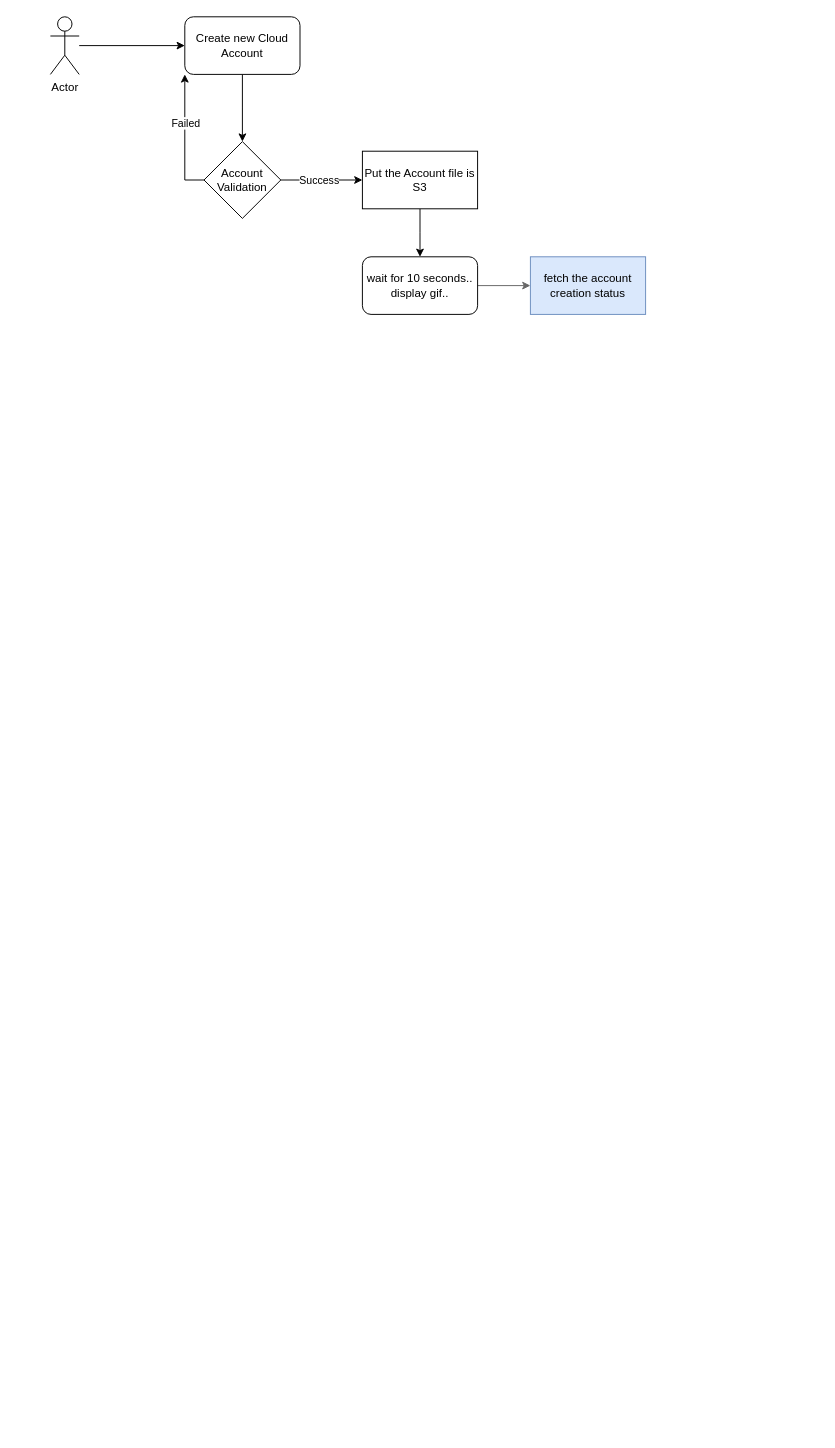
Before: page "Page-1" (1 of 2) of New-cloud-Account-flow-Diagram.drawio in venkatjavaji/my-notes, a draw.io diagram. Source tidied: cells renumbered, new cells numbered last; positions are measured from the earlier drawing's top-left corner, leaving out a move shared by most shapes. Both pictures are drawn from the tidied source at 96%, with x=0, y=0 at pixel (50, 16).
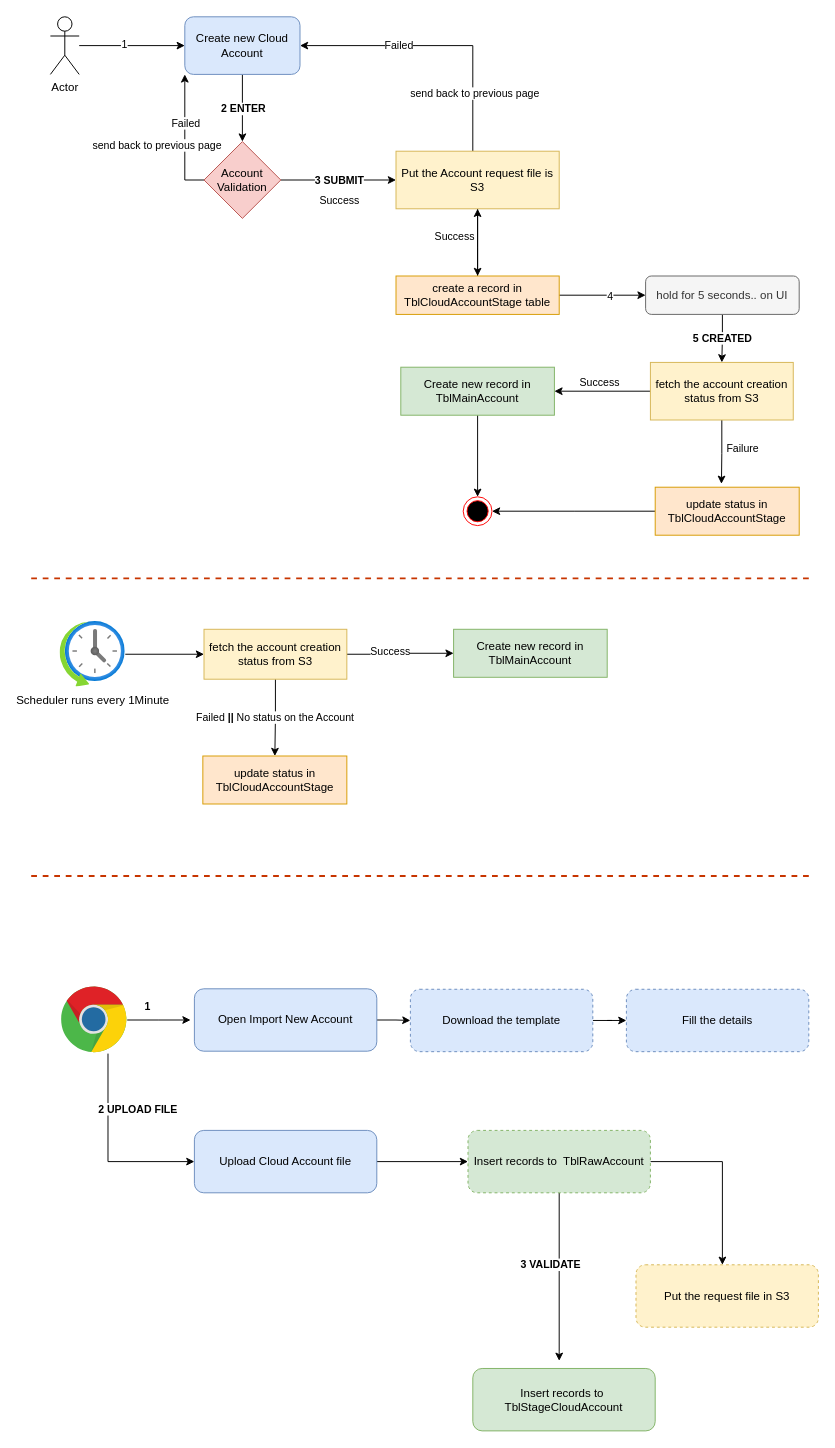
The same page after the edit.

The change refers to these unchanged cells:
```xml
<mxCell id="3" style="endArrow=classic;html=1;rounded=0;" parent="1" edge="1" source="2">
  <mxGeometry relative="1" as="geometry">
    <mxPoint x="140" y="30" as="targetPoint" />
  </mxGeometry>
</mxCell>
<mxCell id="4" style="edgeStyle=orthogonalEdgeStyle;rounded=0;jettySize=auto;html=1;exitX=0.5;exitY=1;exitDx=0;exitDy=0;" parent="1" edge="1" source="5">
  <mxGeometry relative="1" as="geometry">
    <mxPoint x="200" y="130" as="targetPoint" />
  </mxGeometry>
</mxCell>
<mxCell id="6" style="edgeStyle=orthogonalEdgeStyle;rounded=0;jettySize=auto;html=1;entryX=0;entryY=0.5;entryDx=0;entryDy=0;" parent="1" edge="1" source="10" target="12">
  <mxGeometry relative="1" as="geometry" />
</mxCell>
<mxCell id="8" style="edgeStyle=orthogonalEdgeStyle;rounded=0;jettySize=auto;html=1;exitX=0;exitY=0.5;exitDx=0;exitDy=0;entryX=0;entryY=1;entryDx=0;entryDy=0;" parent="1" edge="1" source="10" target="5">
  <mxGeometry relative="1" as="geometry" />
</mxCell>
```

Diff of the diagram source:
```diff
@@
+    <mxCell id="16" value="1" style="edgeLabel;html=1;align=center;verticalAlign=middle;" parent="3" vertex="1">
+      <mxGeometry x="-0.16" y="2" relative="1" as="geometry" />
+    </mxCell>
@@
+    <mxCell id="17" value="&lt;b&gt;2 ENTER&lt;/b&gt;" style="edgeLabel;html=1;align=center;verticalAlign=middle;" parent="4" vertex="1">
+      <mxGeometry relative="1" as="geometry" />
+    </mxCell>
-    <mxCell id="5" value="Create new Cloud Account" style="rounded=1;whiteSpace=wrap;html=1;" parent="1" vertex="1">
+    <mxCell id="5" value="Create new Cloud Account" style="rounded=1;whiteSpace=wrap;html=1;fillColor=#dae8fc;strokeColor=#6c8ebf;" parent="1" vertex="1">
       <mxGeometry x="140" width="120" height="60" as="geometry" />
     </mxCell>
@@
     <mxCell id="7" value="Success" style="edgeLabel;html=1;align=center;verticalAlign=middle;" parent="6" vertex="1">
       <mxGeometry x="-0.08" y="1" relative="1" as="geometry">
-        <mxPoint y="1" as="offset" />
+        <mxPoint x="5" y="21" as="offset" />
       </mxGeometry>
     </mxCell>
+    <mxCell id="18" value="&lt;b&gt;3 SUBMIT&lt;/b&gt;" style="edgeLabel;html=1;align=center;verticalAlign=middle;" parent="6" vertex="1">
+      <mxGeometry x="-0.23" y="-1" relative="1" as="geometry">
+        <mxPoint x="14" y="-1" as="offset" />
+      </mxGeometry>
+    </mxCell>
@@
+    <mxCell id="19" value="send back to previous page" style="edgeLabel;html=1;align=center;verticalAlign=middle;" parent="8" vertex="1">
+      <mxGeometry x="-0.12" y="2" relative="1" as="geometry">
+        <mxPoint x="-28" as="offset" />
+      </mxGeometry>
+    </mxCell>
-    <mxCell id="10" value="Account Validation" style="rhombus;whiteSpace=wrap;html=1;" parent="1" vertex="1">
+    <mxCell id="10" value="Account Validation" style="rhombus;whiteSpace=wrap;html=1;fillColor=#f8cecc;strokeColor=#b85450;" parent="1" vertex="1">
       <mxGeometry x="160" y="130" width="80" height="80" as="geometry" />
     </mxCell>
-    <mxCell id="11" style="edgeStyle=orthogonalEdgeStyle;rounded=0;jettySize=auto;html=1;exitX=0.5;exitY=1;exitDx=0;exitDy=0;" parent="1" edge="1" source="12">
-      <mxGeometry relative="1" as="geometry">
-        <mxPoint x="385" y="250" as="targetPoint" />
-      </mxGeometry>
-    </mxCell>
+    <mxCell id="20" value="Failed" style="edgeStyle=orthogonalEdgeStyle;rounded=0;jettySize=auto;html=1;entryX=1;entryY=0.5;entryDx=0;entryDy=0;" parent="1" edge="1" source="12" target="5">
+      <mxGeometry x="0.29" relative="1" as="geometry">
+        <Array as="points">
+          <mxPoint x="440" y="30" />
+        </Array>
+      </mxGeometry>
+    </mxCell>
+    <mxCell id="21" value="send back to previous page" style="edgeLabel;html=1;align=center;verticalAlign=middle;" parent="20" vertex="1">
+      <mxGeometry x="-0.58" y="-1" relative="1" as="geometry" />
+    </mxCell>
+    <mxCell id="22" style="edgeStyle=orthogonalEdgeStyle;rounded=0;jettySize=auto;html=1;exitX=0.5;exitY=1;exitDx=0;exitDy=0;entryX=0.5;entryY=0;entryDx=0;entryDy=0;" parent="1" edge="1" source="12" target="33">
+      <mxGeometry relative="1" as="geometry">
+        <Array as="points">
+          <mxPoint x="445" y="240" />
+          <mxPoint x="445" y="240" />
+        </Array>
+      </mxGeometry>
+    </mxCell>
+    <mxCell id="23" value="Success" style="edgeLabel;html=1;align=center;verticalAlign=middle;" parent="22" vertex="1">
+      <mxGeometry x="-0.19" y="1" relative="1" as="geometry">
+        <mxPoint x="-26" as="offset" />
+      </mxGeometry>
+    </mxCell>
-    <mxCell id="12" value="Put the Account file is S3" style="rounded=0;whiteSpace=wrap;html=1;" parent="1" vertex="1">
-      <mxGeometry x="325" y="140" width="120" height="60" as="geometry" />
+    <mxCell id="12" value="Put the Account request file is S3" style="rounded=0;whiteSpace=wrap;html=1;fillColor=#fff2cc;strokeColor=#d6b656;" parent="1" vertex="1">
+      <mxGeometry x="360" y="140" width="170" height="60" as="geometry" />
     </mxCell>
-    <mxCell id="13" style="edgeStyle=orthogonalEdgeStyle;rounded=0;jettySize=auto;html=1;exitX=1;exitY=0.5;exitDx=0;exitDy=0;fillColor=#f5f5f5;strokeColor=#666666;" parent="1" edge="1" source="14">
-      <mxGeometry relative="1" as="geometry">
-        <mxPoint x="500" y="280" as="targetPoint" />
-      </mxGeometry>
-    </mxCell>
+    <mxCell id="24" style="edgeStyle=orthogonalEdgeStyle;rounded=0;jettySize=auto;html=1;exitX=0.5;exitY=1;exitDx=0;exitDy=0;" parent="1" edge="1" source="14" target="15">
+      <mxGeometry relative="1" as="geometry" />
+    </mxCell>
+    <mxCell id="25" value="&lt;b&gt;5 CREATED&lt;/b&gt;" style="edgeLabel;html=1;align=center;verticalAlign=middle;" parent="24" vertex="1">
+      <mxGeometry x="0.01" y="-1" relative="1" as="geometry">
+        <mxPoint x="1" y="-1" as="offset" />
+      </mxGeometry>
+    </mxCell>
-    <mxCell id="14" value="wait for 10 seconds.. display gif.." style="rounded=1;whiteSpace=wrap;html=1;" parent="1" vertex="1">
-      <mxGeometry x="325" y="250" width="120" height="60" as="geometry" />
+    <mxCell id="14" value="hold for 5 seconds.. on UI" style="rounded=1;whiteSpace=wrap;html=1;fillColor=#f5f5f5;fontColor=#333333;strokeColor=#666666;" parent="1" vertex="1">
+      <mxGeometry x="620" y="270" width="160" height="40" as="geometry" />
     </mxCell>
+    <mxCell id="26" style="edgeStyle=orthogonalEdgeStyle;rounded=0;jettySize=auto;html=1;" parent="1" edge="1" source="15" target="35">
+      <mxGeometry relative="1" as="geometry" />
+    </mxCell>
+    <mxCell id="27" value="Success" style="edgeLabel;html=1;align=center;verticalAlign=middle;" parent="26" vertex="1">
+      <mxGeometry x="0.08" y="1" relative="1" as="geometry">
+        <mxPoint y="-11" as="offset" />
+      </mxGeometry>
+    </mxCell>
+    <mxCell id="28" style="edgeStyle=orthogonalEdgeStyle;rounded=0;jettySize=auto;html=1;entryX=0.46;entryY=-0.07;entryDx=0;entryDy=0;entryPerimeter=0;" parent="1" edge="1" source="15" target="37">
+      <mxGeometry relative="1" as="geometry" />
+    </mxCell>
+    <mxCell id="29" value="Failure" style="edgeLabel;html=1;align=center;verticalAlign=middle;" parent="28" vertex="1">
+      <mxGeometry x="-0.18" relative="1" as="geometry">
+        <mxPoint x="21" y="2" as="offset" />
+      </mxGeometry>
+    </mxCell>
-    <mxCell id="15" value="fetch the account creation status" style="rounded=0;whiteSpace=wrap;html=1;fillColor=#dae8fc;strokeColor=#6c8ebf;" parent="1" vertex="1">
-      <mxGeometry x="500" y="250" width="120" height="60" as="geometry" />
+    <mxCell id="15" value="fetch the account creation status from S3" style="rounded=0;whiteSpace=wrap;html=1;fillColor=#fff2cc;strokeColor=#d6b656;" parent="1" vertex="1">
+      <mxGeometry x="625" y="360" width="148.8" height="60" as="geometry" />
     </mxCell>
+    <mxCell id="30" style="edgeStyle=orthogonalEdgeStyle;rounded=0;jettySize=auto;html=1;exitX=1;exitY=0.5;exitDx=0;exitDy=0;" parent="1" edge="1" source="33" target="14">
+      <mxGeometry relative="1" as="geometry" />
+    </mxCell>
+    <mxCell id="31" value="4" style="edgeLabel;html=1;align=center;verticalAlign=middle;" parent="30" vertex="1">
+      <mxGeometry x="0.16" y="-2" relative="1" as="geometry">
+        <mxPoint y="-2" as="offset" />
+      </mxGeometry>
+    </mxCell>
+    <mxCell id="32" style="edgeStyle=orthogonalEdgeStyle;rounded=0;jettySize=auto;html=1;" parent="1" edge="1" source="33" target="12">
+      <mxGeometry relative="1" as="geometry" />
+    </mxCell>
+    <mxCell id="33" value="create a record in TblCloudAccountStage table" style="rounded=0;whiteSpace=wrap;html=1;fillColor=#ffe6cc;strokeColor=#d79b00;" parent="1" vertex="1">
+      <mxGeometry x="360" y="270" width="170" height="40" as="geometry" />
+    </mxCell>
+    <mxCell id="34" style="edgeStyle=orthogonalEdgeStyle;rounded=0;jettySize=auto;html=1;exitX=0.5;exitY=1;exitDx=0;exitDy=0;" parent="1" edge="1" source="35">
+      <mxGeometry relative="1" as="geometry">
+        <mxPoint x="445" y="500" as="targetPoint" />
+      </mxGeometry>
+    </mxCell>
+    <mxCell id="35" value="Create new record in TblMainAccount" style="rounded=0;whiteSpace=wrap;html=1;fillColor=#d5e8d4;strokeColor=#82b366;" parent="1" vertex="1">
+      <mxGeometry x="365" y="365" width="160" height="50" as="geometry" />
+    </mxCell>
+    <mxCell id="36" style="edgeStyle=orthogonalEdgeStyle;rounded=0;jettySize=auto;html=1;" parent="1" edge="1" source="37">
+      <mxGeometry relative="1" as="geometry">
+        <mxPoint x="460" y="515" as="targetPoint" />
+      </mxGeometry>
+    </mxCell>
+    <mxCell id="37" value="update status in TblCloudAccountStage" style="rounded=0;whiteSpace=wrap;html=1;fillColor=#ffe6cc;strokeColor=#d79b00;" parent="1" vertex="1">
+      <mxGeometry x="630" y="490" width="150" height="50" as="geometry" />
+    </mxCell>
+    <mxCell id="38" style="edgeStyle=orthogonalEdgeStyle;rounded=0;jettySize=auto;html=1;entryX=0;entryY=0.5;entryDx=0;entryDy=0;" parent="1" edge="1" source="39" target="44">
+      <mxGeometry relative="1" as="geometry" />
+    </mxCell>
+    <mxCell id="39" value="Scheduler runs every 1Minute" style="html=1;points=[];align=center;image;fontSize=12;image=img/lib/azure2/general/Scheduler.svg;" parent="1" vertex="1">
+      <mxGeometry x="10" y="630" width="68" height="68" as="geometry" />
+    </mxCell>
+    <mxCell id="40" style="ellipse;html=1;shape=endState;fillColor=#000000;strokeColor=#ff0000;" parent="1" vertex="1">
+      <mxGeometry x="430" y="500" width="30" height="30" as="geometry" />
+    </mxCell>
+    <mxCell id="41" value="Failed&lt;b&gt;&amp;nbsp;||&amp;nbsp;&lt;/b&gt;No status on the Account" style="edgeStyle=orthogonalEdgeStyle;rounded=0;jettySize=auto;html=1;entryX=0.5;entryY=0;entryDx=0;entryDy=0;" parent="1" edge="1" source="44" target="45">
+      <mxGeometry relative="1" as="geometry" />
+    </mxCell>
+    <mxCell id="42" style="edgeStyle=orthogonalEdgeStyle;rounded=0;jettySize=auto;html=1;exitX=1;exitY=0.5;exitDx=0;exitDy=0;entryX=0;entryY=0.5;entryDx=0;entryDy=0;" parent="1" edge="1" source="44" target="46">
+      <mxGeometry relative="1" as="geometry" />
+    </mxCell>
+    <mxCell id="43" value="Success" style="edgeLabel;html=1;align=center;verticalAlign=middle;" parent="42" vertex="1">
+      <mxGeometry x="-0.2" y="-3" relative="1" as="geometry">
+        <mxPoint y="-7" as="offset" />
+      </mxGeometry>
+    </mxCell>
+    <mxCell id="44" value="fetch the account creation status from S3" style="rounded=0;whiteSpace=wrap;html=1;fillColor=#fff2cc;strokeColor=#d6b656;" parent="1" vertex="1">
+      <mxGeometry x="160" y="638" width="148.8" height="52" as="geometry" />
+    </mxCell>
+    <mxCell id="45" value="update status in TblCloudAccountStage" style="rounded=0;whiteSpace=wrap;html=1;fillColor=#ffe6cc;strokeColor=#d79b00;" parent="1" vertex="1">
+      <mxGeometry x="158.8" y="770" width="150" height="50" as="geometry" />
+    </mxCell>
+    <mxCell id="46" value="Create new record in TblMainAccount" style="rounded=0;whiteSpace=wrap;html=1;fillColor=#d5e8d4;strokeColor=#82b366;" parent="1" vertex="1">
+      <mxGeometry x="420" y="638" width="160" height="50" as="geometry" />
+    </mxCell>
+    <mxCell id="47" style="edgeStyle=orthogonalEdgeStyle;rounded=0;jettySize=auto;html=1;" parent="1" edge="1" source="51">
+      <mxGeometry relative="1" as="geometry">
+        <mxPoint x="146" y="1045" as="targetPoint" />
+      </mxGeometry>
+    </mxCell>
+    <mxCell id="48" value="&lt;b&gt;1&lt;/b&gt;" style="edgeLabel;html=1;align=center;verticalAlign=middle;" parent="47" vertex="1">
+      <mxGeometry x="-0.09" y="-2" relative="1" as="geometry">
+        <mxPoint x="-10" y="-17" as="offset" />
+      </mxGeometry>
+    </mxCell>
+    <mxCell id="49" style="edgeStyle=orthogonalEdgeStyle;rounded=0;jettySize=auto;html=1;entryX=0;entryY=0.5;entryDx=0;entryDy=0;" parent="1" edge="1" source="51" target="55">
+      <mxGeometry relative="1" as="geometry">
+        <Array as="points">
+          <mxPoint x="60" y="1193" />
+        </Array>
+      </mxGeometry>
+    </mxCell>
+    <mxCell id="50" value="&lt;b&gt;2 UPLOAD FILE&lt;/b&gt;" style="edgeLabel;html=1;align=center;verticalAlign=middle;" parent="49" vertex="1">
+      <mxGeometry x="-0.44" y="-2" relative="1" as="geometry">
+        <mxPoint x="32" as="offset" />
+      </mxGeometry>
+    </mxCell>
+    <mxCell id="51" style="dashed=0;outlineConnect=0;html=1;align=center;labelPosition=center;verticalLabelPosition=bottom;verticalAlign=top;shape=mxgraph.weblogos.chrome;" parent="1" vertex="1">
+      <mxGeometry x="11.2" y="1010" width="68.8" height="70" as="geometry" />
+    </mxCell>
+    <mxCell id="52" style="line;strokeWidth=2;html=1;fillColor=#fa6800;strokeColor=#C73500;fontColor=#000000;dashed=1;" parent="1" vertex="1">
+      <mxGeometry x="-20" y="580" width="810" height="10" as="geometry" />
+    </mxCell>
+    <mxCell id="53" style="line;strokeWidth=2;html=1;fillColor=#fa6800;strokeColor=#C73500;fontColor=#000000;dashed=1;" parent="1" vertex="1">
+      <mxGeometry x="-20" y="890" width="810" height="10" as="geometry" />
+    </mxCell>
+    <mxCell id="54" style="edgeStyle=orthogonalEdgeStyle;rounded=0;jettySize=auto;html=1;" parent="1" edge="1" source="55" target="64">
+      <mxGeometry relative="1" as="geometry" />
+    </mxCell>
+    <mxCell id="55" value="Upload Cloud Account file" style="rounded=1;whiteSpace=wrap;html=1;fillColor=#dae8fc;strokeColor=#6c8ebf;" parent="1" vertex="1">
+      <mxGeometry x="150" y="1160" width="190" height="65" as="geometry" />
+    </mxCell>
+    <mxCell id="56" style="edgeStyle=orthogonalEdgeStyle;rounded=0;jettySize=auto;html=1;" parent="1" edge="1" source="57" target="59">
+      <mxGeometry relative="1" as="geometry" />
+    </mxCell>
+    <mxCell id="57" value="Open Import New Account" style="rounded=1;whiteSpace=wrap;html=1;fillColor=#dae8fc;strokeColor=#6c8ebf;" parent="1" vertex="1">
+      <mxGeometry x="150" y="1012.5" width="190" height="65" as="geometry" />
+    </mxCell>
+    <mxCell id="58" style="edgeStyle=orthogonalEdgeStyle;rounded=0;jettySize=auto;html=1;" parent="1" edge="1" source="59" target="60">
+      <mxGeometry relative="1" as="geometry" />
+    </mxCell>
+    <mxCell id="59" value="Download the template" style="rounded=1;whiteSpace=wrap;html=1;fillColor=#dae8fc;strokeColor=#6c8ebf;dashed=1;" parent="1" vertex="1">
+      <mxGeometry x="375" y="1013" width="190" height="65" as="geometry" />
+    </mxCell>
+    <mxCell id="60" value="Fill the details" style="rounded=1;whiteSpace=wrap;html=1;fillColor=#dae8fc;strokeColor=#6c8ebf;dashed=1;" parent="1" vertex="1">
+      <mxGeometry x="600" y="1013" width="190" height="65" as="geometry" />
+    </mxCell>
+    <mxCell id="61" style="edgeStyle=orthogonalEdgeStyle;rounded=0;jettySize=auto;html=1;exitX=0.5;exitY=1;exitDx=0;exitDy=0;" parent="1" edge="1" source="64">
+      <mxGeometry relative="1" as="geometry">
+        <mxPoint x="530" y="1400" as="targetPoint" />
+        <Array as="points">
+          <mxPoint x="530" y="1390" />
+          <mxPoint x="530" y="1390" />
+        </Array>
+      </mxGeometry>
+    </mxCell>
+    <mxCell id="62" value="&lt;b&gt;3 VALIDATE&lt;/b&gt;" style="edgeLabel;html=1;align=center;verticalAlign=middle;" parent="61" vertex="1">
+      <mxGeometry x="-0.16" y="1" relative="1" as="geometry">
+        <mxPoint x="-11" as="offset" />
+      </mxGeometry>
+    </mxCell>
+    <mxCell id="63" style="edgeStyle=orthogonalEdgeStyle;rounded=0;jettySize=auto;html=1;" parent="1" edge="1" source="64" target="66">
+      <mxGeometry relative="1" as="geometry">
+        <Array as="points">
+          <mxPoint x="700" y="1193" />
+        </Array>
+      </mxGeometry>
+    </mxCell>
+    <mxCell id="64" value="Insert records to&amp;nbsp; TblRawAccount" style="rounded=1;whiteSpace=wrap;html=1;fillColor=#d5e8d4;strokeColor=#82b366;dashed=1;" parent="1" vertex="1">
+      <mxGeometry x="435" y="1160" width="190" height="65" as="geometry" />
+    </mxCell>
+    <mxCell id="65" value="Insert records to&amp;nbsp; TblStageCloudAccount" style="rounded=1;whiteSpace=wrap;html=1;fillColor=#d5e8d4;strokeColor=#82b366;" parent="1" vertex="1">
+      <mxGeometry x="440" y="1408" width="190" height="65" as="geometry" />
+    </mxCell>
+    <mxCell id="66" value="Put the request file in S3" style="rounded=1;whiteSpace=wrap;html=1;fillColor=#fff2cc;strokeColor=#d6b656;dashed=1;" parent="1" vertex="1">
+      <mxGeometry x="610" y="1300" width="190" height="65" as="geometry" />
+    </mxCell>
```
